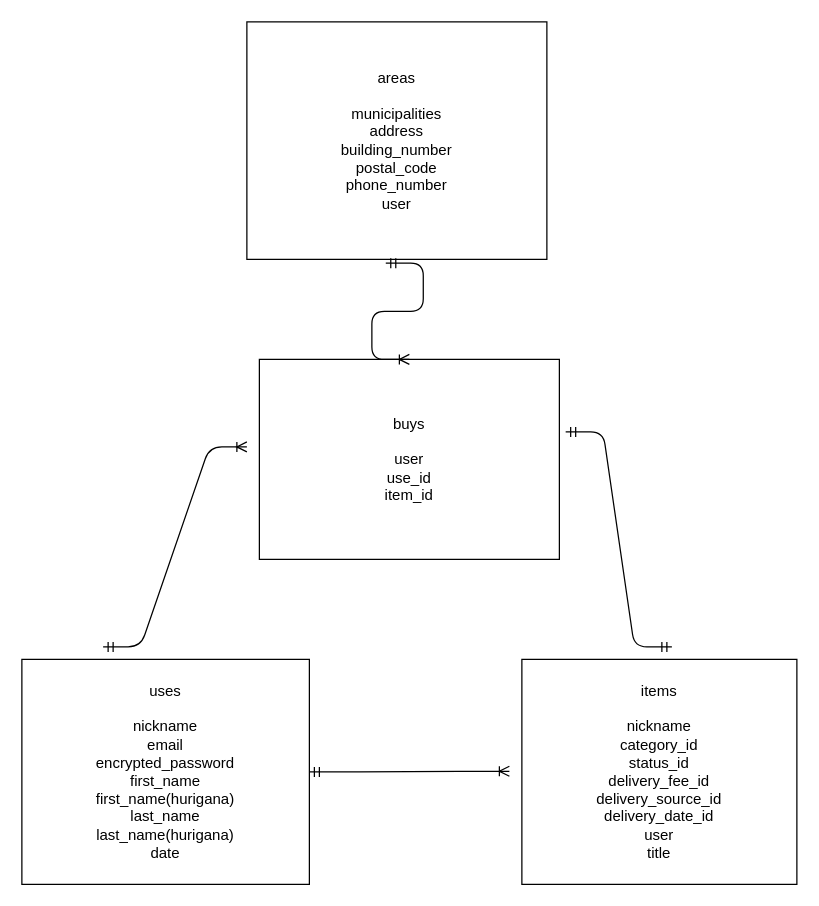
tech-zack/furima-34547 keeps this draw.io diagram as furima.dio. Above is the earlier version. Source tidied: cells renumbered, new cells numbered last; positions are measured from the earlier drawing's top-left corner, leaving out a move shared by most shapes. Both pictures are drawn from the tidied source at 125%, with x=0, y=0 at pixel (21, 21).
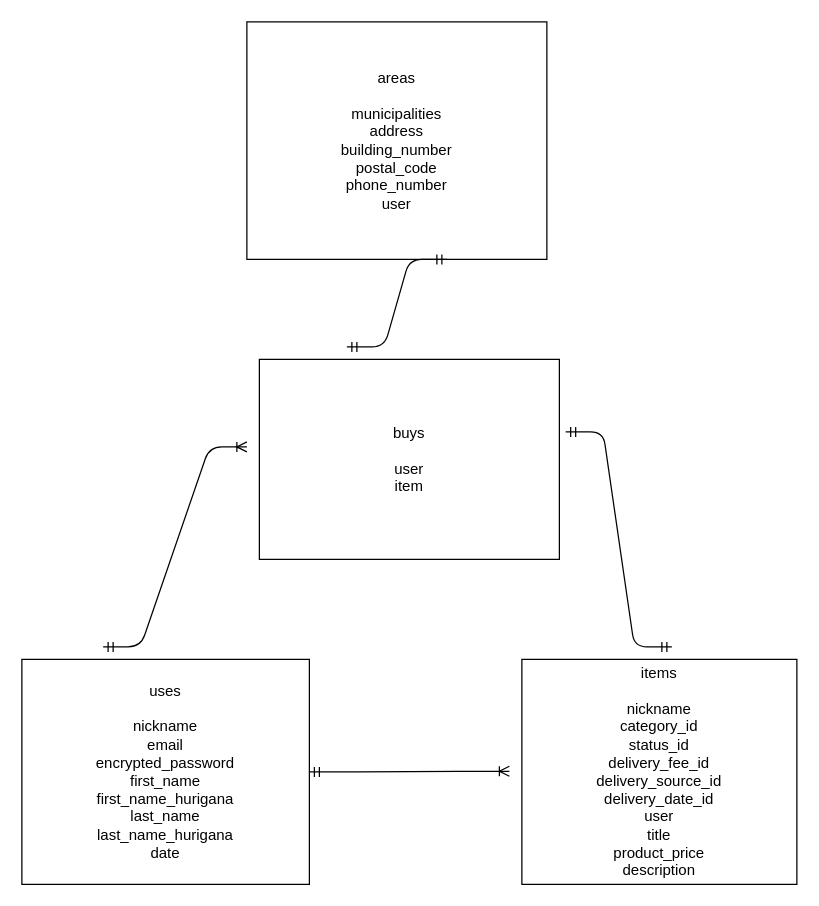
The same diagram, later.

Commit message (it also covers changes not shown here):
データベース訂正３

What changed in the source:
```diff
@@
 <mxGraphModel>
   <root>
     <mxCell id="0" />
     <mxCell id="1" parent="0" />
-    <mxCell id="2" value="uses&lt;br&gt;&lt;br&gt;nickname&lt;br&gt;email&lt;br&gt;encrypted_password&lt;br&gt;first_name&lt;br&gt;first_name(hurigana)&lt;br&gt;last_name&lt;br&gt;last_name(hurigana)&lt;br&gt;date" style="whiteSpace=wrap;html=1;align=center;" parent="1" vertex="1">
+    <mxCell id="2" value="uses&lt;br&gt;&lt;br&gt;nickname&lt;br&gt;email&lt;br&gt;encrypted_password&lt;br&gt;first_name&lt;br&gt;first_name_hurigana&lt;br&gt;last_name&lt;br&gt;last_name_hurigana&lt;br&gt;date" style="whiteSpace=wrap;html=1;align=center;" parent="1" vertex="1">
       <mxGeometry y="510" width="230" height="180" as="geometry" />
     </mxCell>
-    <mxCell id="3" value="items&lt;br&gt;&lt;br&gt;nickname&lt;br&gt;category_id&lt;br&gt;status_id&lt;br&gt;delivery_fee_id&lt;br&gt;delivery_source_id&lt;br&gt;delivery_date_id&lt;br&gt;user&lt;br&gt;title" style="whiteSpace=wrap;html=1;align=center;" parent="1" vertex="1">
+    <mxCell id="3" value="items&lt;br&gt;&lt;br&gt;nickname&lt;br&gt;category_id&lt;br&gt;status_id&lt;br&gt;delivery_fee_id&lt;br&gt;delivery_source_id&lt;br&gt;delivery_date_id&lt;br&gt;user&lt;br&gt;title&lt;br&gt;product_price&lt;br&gt;description" style="whiteSpace=wrap;html=1;align=center;" parent="1" vertex="1">
       <mxGeometry x="400" y="510" width="220" height="180" as="geometry" />
     </mxCell>
-    <mxCell id="4" value="buys&lt;br&gt;&lt;br&gt;user&lt;br&gt;use_id&lt;br&gt;item_id" style="whiteSpace=wrap;html=1;align=center;" parent="1" vertex="1">
+    <mxCell id="4" value="buys&lt;br&gt;&lt;br&gt;user&lt;br&gt;item" style="whiteSpace=wrap;html=1;align=center;" parent="1" vertex="1">
       <mxGeometry x="190" y="270" width="240" height="160" as="geometry" />
     </mxCell>
     <mxCell id="5" value="areas&lt;br&gt;&lt;br&gt;municipalities&lt;br&gt;address&lt;br&gt;building_number&lt;br&gt;postal_code&lt;br&gt;phone_number&lt;br&gt;user" style="whiteSpace=wrap;html=1;align=center;" parent="1" vertex="1">
       <mxGeometry x="180" width="240" height="190" as="geometry" />
     </mxCell>
     <mxCell id="6" style="edgeStyle=entityRelationEdgeStyle;fontSize=12;html=1;endArrow=ERoneToMany;startArrow=ERmandOne;" parent="1" edge="1">
       <mxGeometry relative="1" as="geometry">
         <mxPoint x="230" y="600" as="sourcePoint" />
         <mxPoint x="390" y="599.5" as="targetPoint" />
       </mxGeometry>
     </mxCell>
-    <mxCell id="7" style="edgeStyle=entityRelationEdgeStyle;fontSize=12;html=1;endArrow=ERoneToMany;startArrow=ERmandOne;exitX=0.463;exitY=1.016;exitDx=0;exitDy=0;exitPerimeter=0;entryX=0.5;entryY=0;entryDx=0;entryDy=0;" parent="1" edge="1" source="5" target="4">
-      <mxGeometry relative="1" as="geometry" />
-    </mxCell>
     <mxCell id="8" style="edgeStyle=entityRelationEdgeStyle;fontSize=12;html=1;endArrow=ERoneToMany;startArrow=ERmandOne;" parent="1" edge="1">
       <mxGeometry relative="1" as="geometry">
         <mxPoint x="65" y="500" as="sourcePoint" />
         <mxPoint x="180" y="340" as="targetPoint" />
       </mxGeometry>
     </mxCell>
     <mxCell id="9" style="edgeStyle=entityRelationEdgeStyle;fontSize=12;html=1;endArrow=ERmandOne;startArrow=ERmandOne;exitX=1.021;exitY=0.363;exitDx=0;exitDy=0;exitPerimeter=0;" parent="1" edge="1" source="4">
       <mxGeometry relative="1" as="geometry">
         <mxPoint x="520" y="500" as="targetPoint" />
       </mxGeometry>
     </mxCell>
+    <mxCell id="10" style="edgeStyle=entityRelationEdgeStyle;fontSize=12;html=1;endArrow=ERmandOne;startArrow=ERmandOne;" parent="1" edge="1">
+      <mxGeometry relative="1" as="geometry">
+        <mxPoint x="260" y="260" as="sourcePoint" />
+        <mxPoint x="340" y="190" as="targetPoint" />
+      </mxGeometry>
+    </mxCell>
   </root>
 </mxGraphModel>
```
